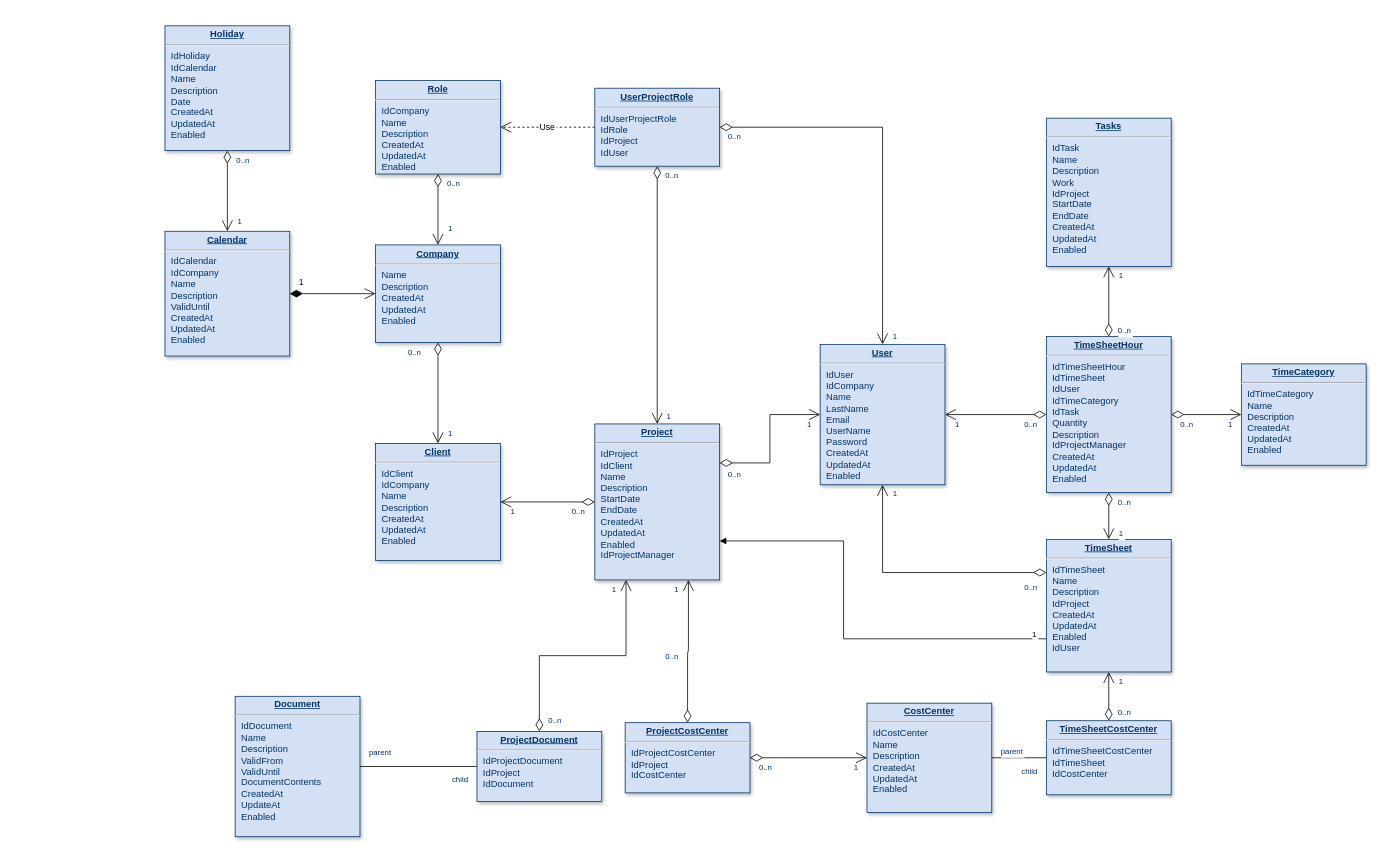
Above: 未命名绘图.drawio in zckhub/brush (draw.io), before the change. Source tidied: cells renumbered, new cells numbered last; positions are measured from the earlier drawing's top-left corner, leaving out a move shared by most shapes. Both pictures are drawn from the tidied source at 78%, with x=0, y=0 at pixel (165, 26).
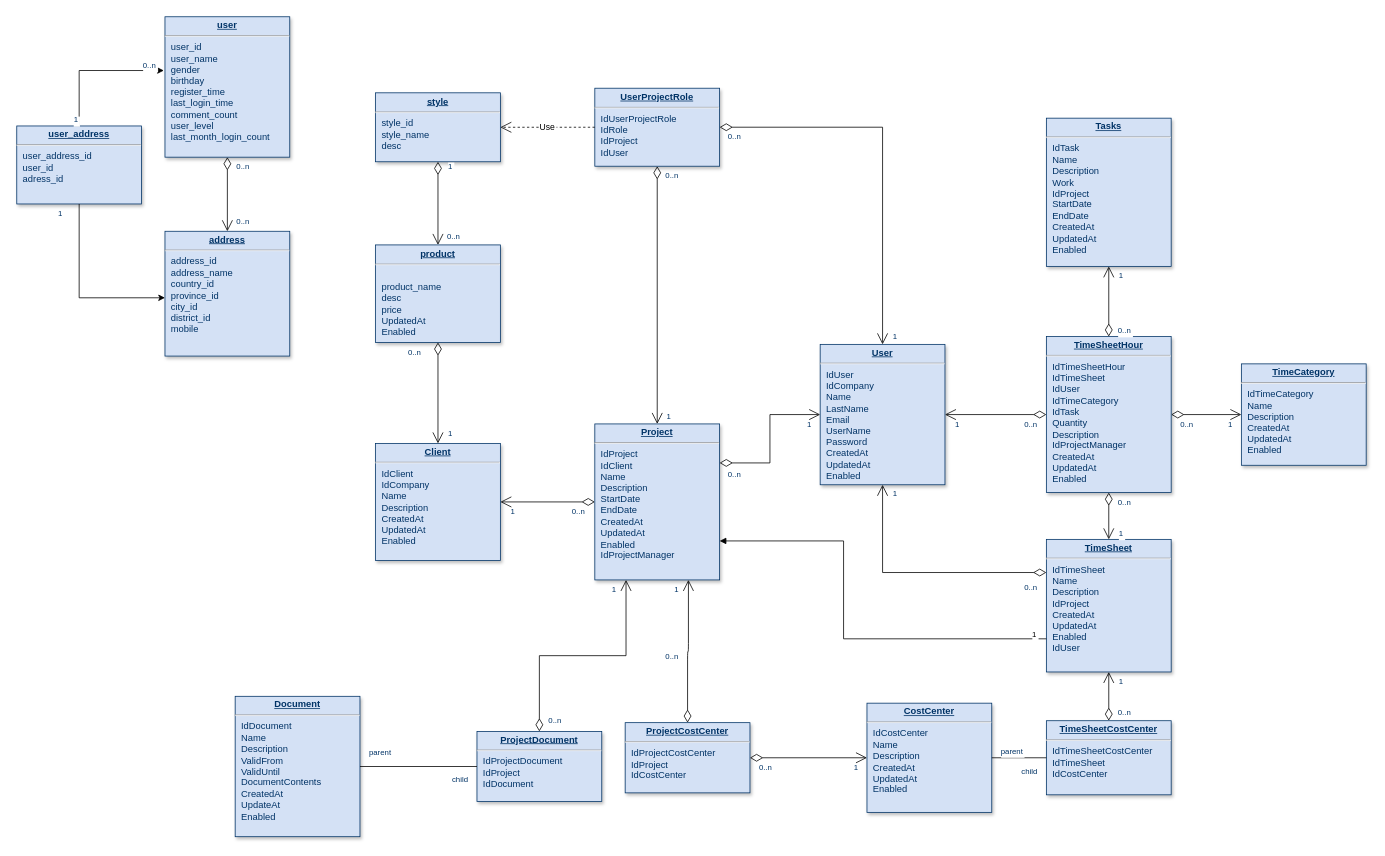
The same page after the edit.

Unchanged cells that the change refers to:
```xml
<mxCell id="19" style="endArrow=open;endSize=12;startArrow=diamondThin;startSize=14;startFill=0;edgeStyle=orthogonalEdgeStyle;" parent="1" edge="1" source="2" target="3">
  <mxGeometry y="160" as="geometry" />
</mxCell>
<mxCell id="22" style="endArrow=open;endSize=12;startArrow=diamondThin;startSize=14;startFill=0;edgeStyle=orthogonalEdgeStyle;rounded=0;" parent="1" edge="1" source="6" target="5">
  <mxGeometry x="519.4" y="180" as="geometry" />
</mxCell>
<mxCell id="61" style="endArrow=open;endSize=12;startArrow=diamondThin;startSize=14;startFill=0;edgeStyle=orthogonalEdgeStyle;" parent="1" edge="1" source="8" target="4">
  <mxGeometry x="620" y="340" as="geometry" />
</mxCell>
```

Change to the diagram source:
```diff
@@
-    <mxCell id="2" value="&lt;p style=&quot;margin: 0px; margin-top: 4px; text-align: center; text-decoration: underline;&quot;&gt;&lt;strong&gt;Role&lt;/strong&gt;&lt;/p&gt;&lt;hr /&gt;&lt;p style=&quot;margin: 0px; margin-left: 8px;&quot;&gt;IdCompany&lt;br /&gt;Name&lt;/p&gt;&lt;p style=&quot;margin: 0px; margin-left: 8px;&quot;&gt;Description&lt;/p&gt;&lt;p style=&quot;margin: 0px; margin-left: 8px;&quot;&gt;CreatedAt&lt;/p&gt;&lt;p style=&quot;margin: 0px; margin-left: 8px;&quot;&gt;UpdatedAt&lt;/p&gt;&lt;p style=&quot;margin: 0px; margin-left: 8px;&quot;&gt;Enabled&lt;/p&gt;" style="verticalAlign=top;align=left;overflow=fill;fontSize=12;fontFamily=Helvetica;html=1;strokeColor=#003366;shadow=1;fillColor=#D4E1F5;fontColor=#003366;" parent="1" vertex="1">
-      <mxGeometry x="270" y="69.6" width="160" height="120" as="geometry" />
+    <mxCell id="2" value="&lt;p style=&quot;margin: 0px; margin-top: 4px; text-align: center; text-decoration: underline;&quot;&gt;&lt;strong&gt;style&lt;/strong&gt;&lt;/p&gt;&lt;hr&gt;&lt;p style=&quot;margin: 0px; margin-left: 8px;&quot;&gt;style_id&lt;br&gt;style_name&lt;/p&gt;&lt;p style=&quot;margin: 0px; margin-left: 8px;&quot;&gt;desc&lt;/p&gt;&lt;p style=&quot;margin: 0px; margin-left: 8px;&quot;&gt;&lt;br&gt;&lt;/p&gt;&lt;p style=&quot;margin: 0px; margin-left: 8px;&quot;&gt;&lt;br&gt;&lt;/p&gt;" style="verticalAlign=top;align=left;overflow=fill;fontSize=12;fontFamily=Helvetica;html=1;strokeColor=#003366;shadow=1;fillColor=#D4E1F5;fontColor=#003366;" parent="1" vertex="1">
+      <mxGeometry x="270" y="85.5" width="160" height="88.4" as="geometry" />
     </mxCell>
-    <mxCell id="3" value="&lt;p style=&quot;margin: 0px; margin-top: 4px; text-align: center; text-decoration: underline;&quot;&gt;&lt;strong&gt;Company&lt;/strong&gt;&lt;/p&gt;&lt;hr /&gt;&lt;p style=&quot;margin: 0px; margin-left: 8px;&quot;&gt;Name&lt;/p&gt;&lt;p style=&quot;margin: 0px; margin-left: 8px;&quot;&gt;Description&lt;/p&gt;&lt;p style=&quot;margin: 0px; margin-left: 8px;&quot;&gt;CreatedAt&lt;/p&gt;&lt;p style=&quot;margin: 0px; margin-left: 8px;&quot;&gt;UpdatedAt&lt;/p&gt;&lt;p style=&quot;margin: 0px; margin-left: 8px;&quot;&gt;Enabled&lt;/p&gt;" style="verticalAlign=top;align=left;overflow=fill;fontSize=12;fontFamily=Helvetica;html=1;strokeColor=#003366;shadow=1;fillColor=#D4E1F5;fontColor=#003366;" parent="1" vertex="1">
+    <mxCell id="3" value="&lt;p style=&quot;margin: 0px; margin-top: 4px; text-align: center; text-decoration: underline;&quot;&gt;&lt;strong&gt;product&lt;/strong&gt;&lt;/p&gt;&lt;hr&gt;&lt;p style=&quot;margin: 0px; margin-left: 8px;&quot;&gt;&lt;span style=&quot;background-color: initial;&quot;&gt;&lt;br&gt;&lt;/span&gt;&lt;/p&gt;&lt;p style=&quot;margin: 0px; margin-left: 8px;&quot;&gt;&lt;span style=&quot;background-color: initial;&quot;&gt;product_name&lt;/span&gt;&lt;/p&gt;&lt;p style=&quot;margin: 0px; margin-left: 8px;&quot;&gt;&lt;span style=&quot;background-color: initial;&quot;&gt;desc&lt;/span&gt;&lt;br&gt;&lt;/p&gt;&lt;p style=&quot;margin: 0px; margin-left: 8px;&quot;&gt;&lt;span style=&quot;background-color: initial;&quot;&gt;price&lt;/span&gt;&lt;/p&gt;&lt;p style=&quot;margin: 0px; margin-left: 8px;&quot;&gt;&lt;span style=&quot;background-color: initial;&quot;&gt;UpdatedAt&lt;/span&gt;&lt;br&gt;&lt;/p&gt;&lt;p style=&quot;margin: 0px; margin-left: 8px;&quot;&gt;Enabled&lt;/p&gt;" style="verticalAlign=top;align=left;overflow=fill;fontSize=12;fontFamily=Helvetica;html=1;strokeColor=#003366;shadow=1;fillColor=#D4E1F5;fontColor=#003366;" parent="1" vertex="1">
       <mxGeometry x="270" y="280.5" width="160" height="125" as="geometry" />
     </mxCell>
-    <mxCell id="4" value="&lt;p style=&quot;margin: 0px; margin-top: 4px; text-align: center; text-decoration: underline;&quot;&gt;&lt;strong&gt;Calendar&lt;/strong&gt;&lt;/p&gt;&lt;hr /&gt;&lt;p style=&quot;margin: 0px; margin-left: 8px;&quot;&gt;IdCalendar&lt;/p&gt;&lt;p style=&quot;margin: 0px; margin-left: 8px;&quot;&gt;IdCompany&lt;/p&gt;&lt;p style=&quot;margin: 0px; margin-left: 8px;&quot;&gt;Name&lt;/p&gt;&lt;p style=&quot;margin: 0px; margin-left: 8px;&quot;&gt;Description&lt;/p&gt;&lt;p style=&quot;margin: 0px; margin-left: 8px;&quot;&gt;ValidUntil&lt;/p&gt;&lt;p style=&quot;margin: 0px; margin-left: 8px;&quot;&gt;CreatedAt&lt;/p&gt;&lt;p style=&quot;margin: 0px; margin-left: 8px;&quot;&gt;UpdatedAt&lt;/p&gt;&lt;p style=&quot;margin: 0px; margin-left: 8px;&quot;&gt;Enabled&lt;/p&gt;" style="verticalAlign=top;align=left;overflow=fill;fontSize=12;fontFamily=Helvetica;html=1;strokeColor=#003366;shadow=1;fillColor=#D4E1F5;fontColor=#003366;" parent="1" vertex="1">
+    <mxCell id="4" value="&lt;p style=&quot;margin: 0px; margin-top: 4px; text-align: center; text-decoration: underline;&quot;&gt;&lt;strong&gt;address&lt;/strong&gt;&lt;/p&gt;&lt;hr&gt;&lt;p style=&quot;margin: 0px; margin-left: 8px;&quot;&gt;address_id&lt;/p&gt;&lt;p style=&quot;margin: 0px; margin-left: 8px;&quot;&gt;address_name&lt;/p&gt;&lt;p style=&quot;margin: 0px; margin-left: 8px;&quot;&gt;country_id&lt;/p&gt;&lt;p style=&quot;margin: 0px; margin-left: 8px;&quot;&gt;province_id&lt;/p&gt;&lt;p style=&quot;margin: 0px; margin-left: 8px;&quot;&gt;city_id&lt;/p&gt;&lt;p style=&quot;margin: 0px; margin-left: 8px;&quot;&gt;district_id&lt;/p&gt;&lt;p style=&quot;margin: 0px; margin-left: 8px;&quot;&gt;mobile&lt;/p&gt;" style="verticalAlign=top;align=left;overflow=fill;fontSize=12;fontFamily=Helvetica;html=1;strokeColor=#003366;shadow=1;fillColor=#D4E1F5;fontColor=#003366;" parent="1" vertex="1">
       <mxGeometry y="263" width="160" height="160" as="geometry" />
     </mxCell>
@@
-    <mxCell id="8" value="&lt;p style=&quot;margin: 0px; margin-top: 4px; text-align: center; text-decoration: underline;&quot;&gt;&lt;strong&gt;Holiday&lt;/strong&gt;&lt;/p&gt;&lt;hr /&gt;&lt;p style=&quot;margin: 0px; margin-left: 8px;&quot;&gt;IdHoliday&lt;/p&gt;&lt;p style=&quot;margin: 0px; margin-left: 8px;&quot;&gt;IdCalendar&lt;/p&gt;&lt;p style=&quot;margin: 0px; margin-left: 8px;&quot;&gt;Name&lt;/p&gt;&lt;p style=&quot;margin: 0px; margin-left: 8px;&quot;&gt;Description&lt;/p&gt;&lt;p style=&quot;margin: 0px; margin-left: 8px;&quot;&gt;Date&lt;/p&gt;&lt;p style=&quot;margin: 0px; margin-left: 8px;&quot;&gt;CreatedAt&lt;/p&gt;&lt;p style=&quot;margin: 0px; margin-left: 8px;&quot;&gt;UpdatedAt&lt;/p&gt;&lt;p style=&quot;margin: 0px; margin-left: 8px;&quot;&gt;Enabled&lt;/p&gt;" style="verticalAlign=top;align=left;overflow=fill;fontSize=12;fontFamily=Helvetica;html=1;strokeColor=#003366;shadow=1;fillColor=#D4E1F5;fontColor=#003366;" parent="1" vertex="1">
-      <mxGeometry y="-0.4" width="160" height="160" as="geometry" />
+    <mxCell id="8" value="&lt;p style=&quot;margin: 0px; margin-top: 4px; text-align: center; text-decoration: underline;&quot;&gt;&lt;strong&gt;user&lt;/strong&gt;&lt;/p&gt;&lt;hr&gt;&lt;p style=&quot;margin: 0px; margin-left: 8px;&quot;&gt;user_id&lt;/p&gt;&lt;p style=&quot;margin: 0px; margin-left: 8px;&quot;&gt;user_name&lt;/p&gt;&lt;p style=&quot;margin: 0px; margin-left: 8px;&quot;&gt;gender&lt;/p&gt;&lt;p style=&quot;margin: 0px; margin-left: 8px;&quot;&gt;birthday&lt;/p&gt;&lt;p style=&quot;margin: 0px; margin-left: 8px;&quot;&gt;register_time&lt;/p&gt;&lt;p style=&quot;margin: 0px; margin-left: 8px;&quot;&gt;last_login_time&lt;/p&gt;&lt;p style=&quot;margin: 0px; margin-left: 8px;&quot;&gt;comment_count&lt;/p&gt;&lt;p style=&quot;margin: 0px; margin-left: 8px;&quot;&gt;user_level&lt;/p&gt;&lt;p style=&quot;margin: 0px; margin-left: 8px;&quot;&gt;last_month_login_count&lt;/p&gt;" style="verticalAlign=top;align=left;overflow=fill;fontSize=12;fontFamily=Helvetica;html=1;strokeColor=#003366;shadow=1;fillColor=#D4E1F5;fontColor=#003366;" parent="1" vertex="1">
+      <mxGeometry y="-12" width="160" height="180" as="geometry" />
     </mxCell>
@@
     <mxCell id="20" value="0..n" style="align=left;verticalAlign=top;labelBackgroundColor=#ffffff;fontSize=10;strokeColor=#003366;shadow=1;fillColor=#D4E1F5;fontColor=#003366;" parent="19" vertex="1">
       <mxGeometry x="-1" relative="1" as="geometry">
-        <mxPoint x="10" as="offset" />
+        <mxPoint x="10" y="84" as="offset" />
       </mxGeometry>
     </mxCell>
@@
     <mxCell id="24" value="1" style="align=right;verticalAlign=top;labelBackgroundColor=#ffffff;fontSize=10;strokeColor=#003366;shadow=1;fillColor=#D4E1F5;fontColor=#003366;" parent="22" vertex="1">
       <mxGeometry x="1" relative="1" as="geometry">
-        <mxPoint x="-550" y="-160" as="offset" />
+        <mxPoint x="-550" y="-240" as="offset" />
       </mxGeometry>
     </mxCell>
@@
-    <mxCell id="63" value="1" style="align=right;verticalAlign=top;labelBackgroundColor=#ffffff;fontSize=10;strokeColor=#003366;shadow=1;fillColor=#D4E1F5;fontColor=#003366;" parent="61" vertex="1">
-      <mxGeometry x="1" relative="1" as="geometry">
-        <mxPoint x="20" y="-25" as="offset" />
-      </mxGeometry>
-    </mxCell>
@@
-    <mxCell id="68" value="1" style="endArrow=open;endSize=12;startArrow=diamondThin;startSize=14;startFill=1;edgeStyle=orthogonalEdgeStyle;align=left;verticalAlign=bottom;" parent="1" edge="1" source="4" target="3">
-      <mxGeometry x="-0.82" y="5" relative="1" as="geometry" />
-    </mxCell>
@@
+    <mxCell id="77" value="0..n" style="align=left;verticalAlign=top;labelBackgroundColor=#ffffff;fontSize=10;strokeColor=#003366;shadow=1;fillColor=#D4E1F5;fontColor=#003366;" parent="1" vertex="1">
+      <mxGeometry x="90" y="238" as="geometry" />
+    </mxCell>
+    <mxCell id="78" value="&lt;p style=&quot;margin: 0px; margin-top: 4px; text-align: center; text-decoration: underline;&quot;&gt;&lt;strong&gt;user_address&lt;/strong&gt;&lt;/p&gt;&lt;hr&gt;&lt;p style=&quot;margin: 0px; margin-left: 8px;&quot;&gt;user_address_id&lt;/p&gt;&lt;p style=&quot;margin: 0px; margin-left: 8px;&quot;&gt;user_id&lt;/p&gt;&lt;p style=&quot;margin: 0px; margin-left: 8px;&quot;&gt;adress_id&lt;/p&gt;&lt;p style=&quot;margin: 0px; margin-left: 8px;&quot;&gt;&lt;br&gt;&lt;/p&gt;" style="verticalAlign=top;align=left;overflow=fill;fontSize=12;fontFamily=Helvetica;html=1;strokeColor=#003366;shadow=1;fillColor=#D4E1F5;fontColor=#003366;" parent="1" vertex="1">
+      <mxGeometry x="-190" y="128" width="160" height="100" as="geometry" />
+    </mxCell>
+    <mxCell id="79" value="1" style="align=right;verticalAlign=top;labelBackgroundColor=#ffffff;fontSize=10;strokeColor=#003366;shadow=1;fillColor=#D4E1F5;fontColor=#003366;" parent="1" vertex="1">
+      <mxGeometry x="-130" y="228" as="geometry" />
+    </mxCell>
+    <mxCell id="80" style="edgeStyle=orthogonalEdgeStyle;rounded=0;jettySize=auto;html=1;exitX=0.5;exitY=0;exitDx=0;exitDy=0;entryX=-0.009;entryY=0.383;entryDx=0;entryDy=0;entryPerimeter=0;" parent="1" edge="1" source="78" target="8">
+      <mxGeometry relative="1" as="geometry" />
+    </mxCell>
+    <mxCell id="81" value="1" style="align=right;verticalAlign=top;labelBackgroundColor=#ffffff;fontSize=10;strokeColor=#003366;shadow=1;fillColor=#D4E1F5;fontColor=#003366;" parent="1" vertex="1">
+      <mxGeometry x="-110" y="108" as="geometry" />
+    </mxCell>
+    <mxCell id="82" value="0..n" style="align=left;verticalAlign=top;labelBackgroundColor=#ffffff;fontSize=10;strokeColor=#003366;shadow=1;fillColor=#D4E1F5;fontColor=#003366;" parent="1" vertex="1">
+      <mxGeometry x="-30" y="38" as="geometry" />
+    </mxCell>
+    <mxCell id="83" style="edgeStyle=orthogonalEdgeStyle;rounded=0;jettySize=auto;html=1;exitX=0.5;exitY=1;exitDx=0;exitDy=0;entryX=0;entryY=0.533;entryDx=0;entryDy=0;entryPerimeter=0;" parent="1" edge="1" source="78" target="4">
+      <mxGeometry relative="1" as="geometry" />
+    </mxCell>
```
